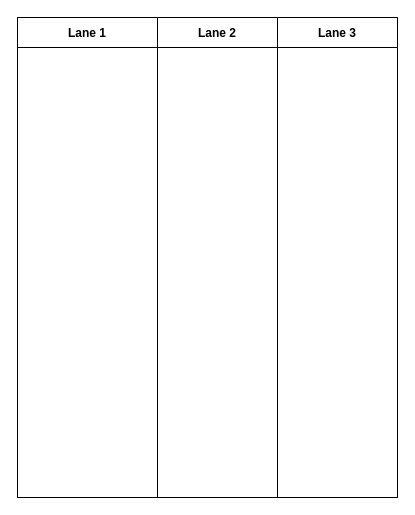
rcatovsky/Finalproject keeps this draw.io diagram as code_listings.drawio. Above is the earlier version. Source tidied: cells renumbered, new cells numbered last; positions are measured from the earlier drawing's top-left corner, leaving out a move shared by most shapes. Both pictures are drawn from the tidied source at 100%, with x=0, y=0 at pixel (17, 17).
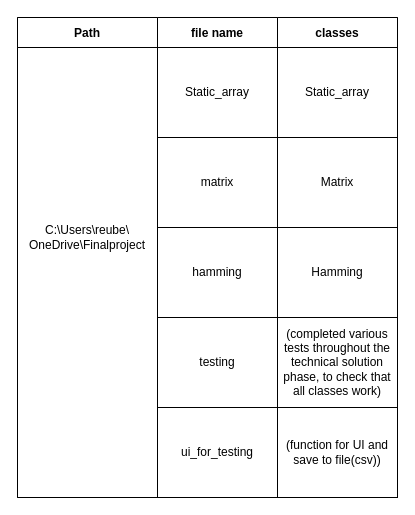
Above is the later version.

What changed in the source:
```diff
@@
 <mxGraphModel>
   <root>
     <mxCell id="0" />
     <mxCell id="1" parent="0" />
     <mxCell id="2" style="swimlane;startSize=0;horizontal=0;" parent="1" vertex="1">
       <mxGeometry width="380" height="480" as="geometry" />
     </mxCell>
-    <mxCell id="3" value="Lane 1" style="swimlane;startSize=30;" parent="2" vertex="1">
+    <mxCell id="3" value="Path" style="swimlane;startSize=30;" parent="2" vertex="1">
       <mxGeometry width="140" height="480" as="geometry" />
     </mxCell>
+    <mxCell id="6" value="C:\Users\reube\&lt;div&gt;OneDrive\Finalproject&lt;/div&gt;" style="text;html=1;whiteSpace=wrap;strokeColor=none;fillColor=none;align=center;verticalAlign=middle;rounded=0;rotation=0;" parent="3" vertex="1">
+      <mxGeometry x="40" y="200" width="60" height="40" as="geometry" />
+    </mxCell>
-    <mxCell id="4" value="Lane 2" style="swimlane;startSize=30;" parent="2" vertex="1">
+    <mxCell id="4" value="file name" style="swimlane;startSize=30;" parent="2" vertex="1">
       <mxGeometry x="140" width="120" height="480" as="geometry" />
     </mxCell>
+    <mxCell id="7" value="Static_array" style="whiteSpace=wrap;html=1;" parent="4" vertex="1">
+      <mxGeometry y="30" width="120" height="90" as="geometry" />
+    </mxCell>
+    <mxCell id="8" value="matrix" style="whiteSpace=wrap;html=1;" parent="4" vertex="1">
+      <mxGeometry y="120" width="120" height="90" as="geometry" />
+    </mxCell>
+    <mxCell id="9" value="hamming" style="whiteSpace=wrap;html=1;" parent="4" vertex="1">
+      <mxGeometry y="210" width="120" height="90" as="geometry" />
+    </mxCell>
+    <mxCell id="10" value="testing" style="whiteSpace=wrap;html=1;" parent="4" vertex="1">
+      <mxGeometry y="300" width="120" height="90" as="geometry" />
+    </mxCell>
+    <mxCell id="11" value="ui_for_testing" style="whiteSpace=wrap;html=1;" parent="4" vertex="1">
+      <mxGeometry y="390" width="120" height="90" as="geometry" />
+    </mxCell>
-    <mxCell id="5" value="Lane 3" style="swimlane;startSize=30;" parent="2" vertex="1">
+    <mxCell id="5" value="classes" style="swimlane;startSize=30;" parent="2" vertex="1">
       <mxGeometry x="260" width="120" height="480" as="geometry" />
     </mxCell>
+    <mxCell id="12" value="Static_array" style="whiteSpace=wrap;html=1;" parent="5" vertex="1">
+      <mxGeometry y="30" width="120" height="90" as="geometry" />
+    </mxCell>
+    <mxCell id="13" value="Matrix" style="whiteSpace=wrap;html=1;" parent="5" vertex="1">
+      <mxGeometry y="120" width="120" height="90" as="geometry" />
+    </mxCell>
+    <mxCell id="14" value="Hamming" style="whiteSpace=wrap;html=1;" parent="5" vertex="1">
+      <mxGeometry y="210" width="120" height="90" as="geometry" />
+    </mxCell>
+    <mxCell id="15" value="(completed various tests throughout the technical solution phase, to check that all classes work)" style="whiteSpace=wrap;html=1;" parent="5" vertex="1">
+      <mxGeometry y="300" width="120" height="90" as="geometry" />
+    </mxCell>
+    <mxCell id="16" value="(function for UI and save to file(csv))" style="whiteSpace=wrap;html=1;" parent="5" vertex="1">
+      <mxGeometry y="390" width="120" height="90" as="geometry" />
+    </mxCell>
   </root>
 </mxGraphModel>
```
